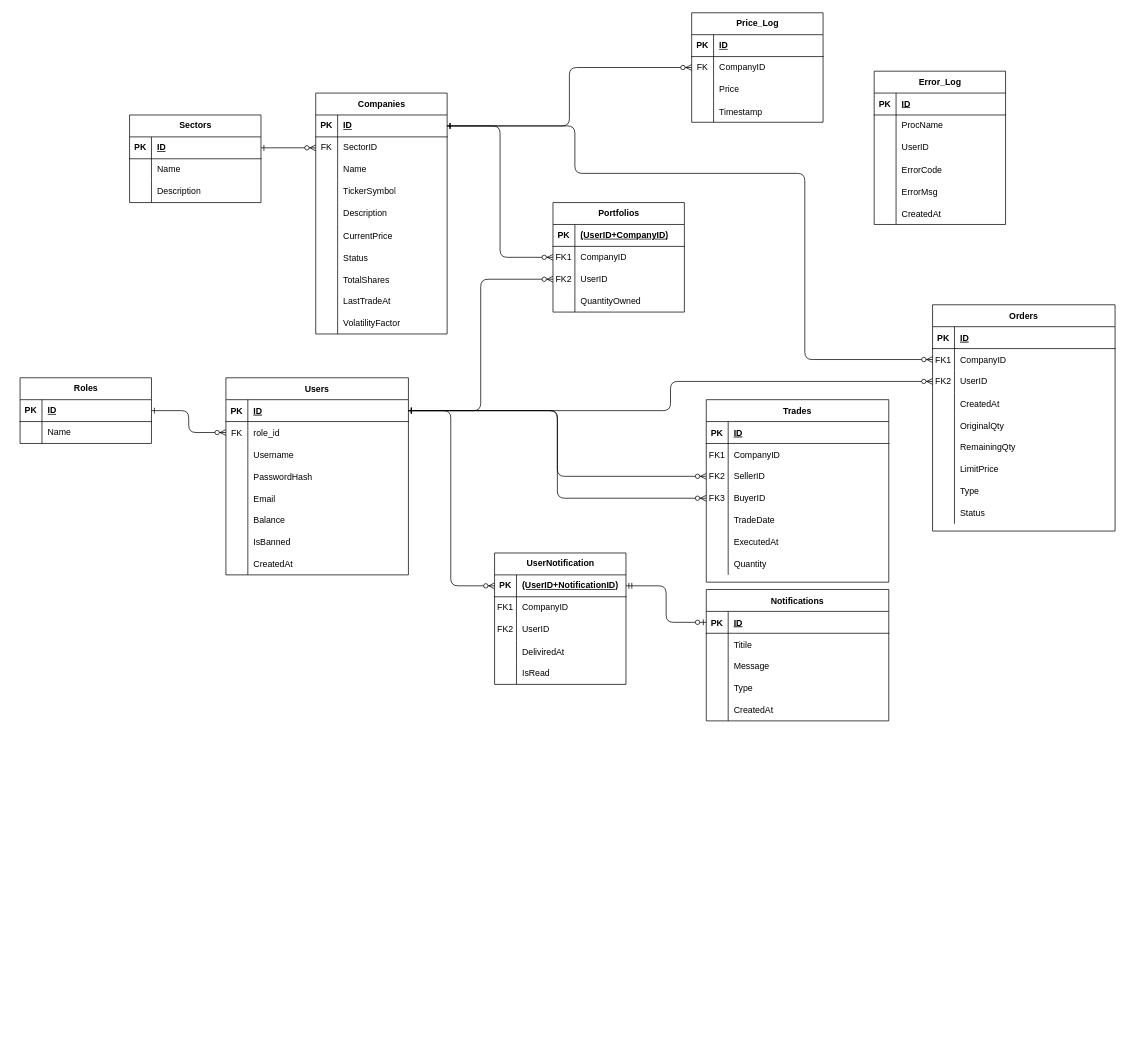
Earlier version of the draw.io diagram Docs/Diagrams/ER-noDividens.drawio (ksayron/StockLab). Source tidied: cells renumbered, new cells numbered last; positions are measured from the earlier drawing's top-left corner, leaving out a move shared by most shapes. Both pictures are drawn from the tidied source at 73%, with x=0, y=0 at pixel (20, 12).
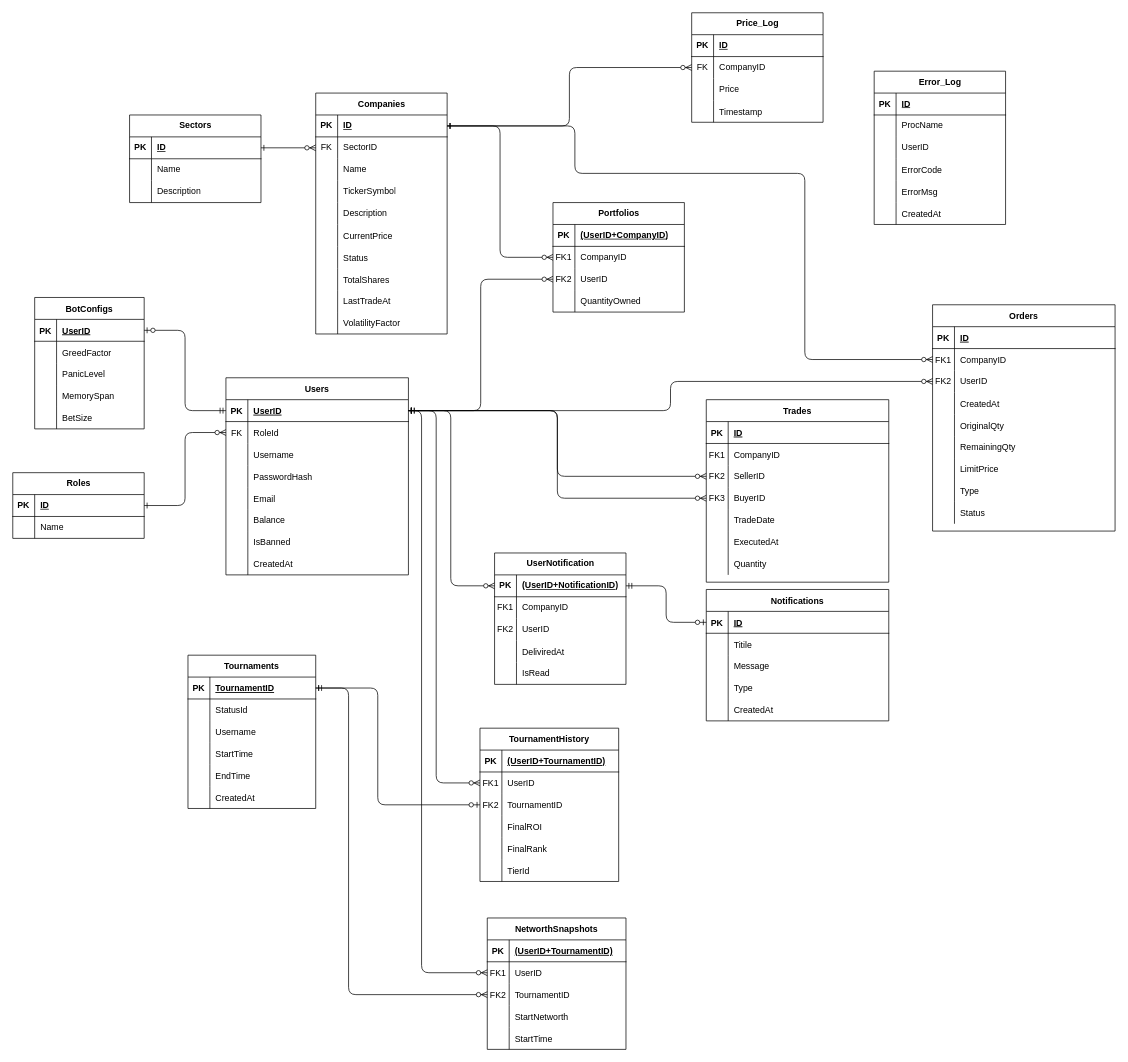
The same page after the edit.

Unchanged cells that the change refers to:
```xml
<mxCell id="54" style="shape=partialRectangle;fillColor=none;points=[[0,0.5],[1,0.5]];portConstraint=eastwest;top=0;left=0;right=0;bottom=1;" parent="53" vertex="1">
  <mxGeometry y="30" width="250" height="30" as="geometry" />
</mxCell>
<mxCell id="57" style="shape=partialRectangle;fillColor=none;points=[[0,0.5],[1,0.5]];portConstraint=eastwest;top=0;left=0;right=0;bottom=0;" parent="53" vertex="1">
  <mxGeometry y="60" width="250" height="30" as="geometry" />
</mxCell>
```

Change to the diagram source:
```diff
@@
-    <mxCell id="56" value="ID" style="shape=partialRectangle;overflow=hidden;fillColor=none;top=0;left=0;bottom=0;right=0;align=left;spacingLeft=6;fontStyle=5;" parent="54" vertex="1">
+    <mxCell id="56" value="UserID" style="shape=partialRectangle;overflow=hidden;fillColor=none;top=0;left=0;bottom=0;right=0;align=left;spacingLeft=6;fontStyle=5;" parent="54" vertex="1">
       <mxGeometry x="30" width="220" height="30" as="geometry" />
     </mxCell>
@@
-    <mxCell id="59" value="role_id " style="shape=partialRectangle;overflow=hidden;fillColor=none;top=0;left=0;bottom=0;right=0;align=left;spacingLeft=6;" parent="57" vertex="1">
+    <mxCell id="59" value="RoleId " style="shape=partialRectangle;overflow=hidden;fillColor=none;top=0;left=0;bottom=0;right=0;align=left;spacingLeft=6;" parent="57" vertex="1">
       <mxGeometry x="30" width="220" height="30" as="geometry" />
     </mxCell>
@@
     <mxCell id="78" value="Roles" style="shape=table;startSize=30;childLayout=tableLayout;rowLines=0;fontStyle=1;align=center;html=1;" parent="1" vertex="1">
-      <mxGeometry y="500" width="180" height="90" as="geometry" />
+      <mxGeometry x="-10" y="630" width="180" height="90" as="geometry" />
     </mxCell>
@@
+    <mxCell id="213" value="Tournaments" style="shape=table;startSize=30;childLayout=tableLayout;rowLines=0;fontStyle=1;align=center;" parent="1" vertex="1">
+      <mxGeometry x="230" y="880" width="175" height="210" as="geometry" />
+    </mxCell>
+    <mxCell id="214" style="shape=partialRectangle;fillColor=none;points=[[0,0.5],[1,0.5]];portConstraint=eastwest;top=0;left=0;right=0;bottom=1;" parent="213" vertex="1">
+      <mxGeometry y="30" width="175" height="30" as="geometry" />
+    </mxCell>
+    <mxCell id="215" value="PK" style="shape=partialRectangle;overflow=hidden;fillColor=none;top=0;left=0;bottom=0;right=0;fontStyle=1;" parent="214" vertex="1">
+      <mxGeometry width="30" height="30" as="geometry" />
+    </mxCell>
+    <mxCell id="216" value="TournamentID" style="shape=partialRectangle;overflow=hidden;fillColor=none;top=0;left=0;bottom=0;right=0;align=left;spacingLeft=6;fontStyle=5;" parent="214" vertex="1">
+      <mxGeometry x="30" width="145" height="30" as="geometry" />
+    </mxCell>
+    <mxCell id="217" style="shape=partialRectangle;fillColor=none;top=0;left=0;right=0;bottom=0;" parent="213" vertex="1">
+      <mxGeometry y="60" width="175" height="30" as="geometry" />
+    </mxCell>
+    <mxCell id="218" style="shape=partialRectangle;overflow=hidden;fillColor=none;top=0;left=0;bottom=0;right=0;" parent="217" vertex="1">
+      <mxGeometry width="30" height="30" as="geometry" />
+    </mxCell>
+    <mxCell id="219" value="StatusId" style="shape=partialRectangle;overflow=hidden;fillColor=none;top=0;left=0;bottom=0;right=0;align=left;spacingLeft=6;" parent="217" vertex="1">
+      <mxGeometry x="30" width="145" height="30" as="geometry" />
+    </mxCell>
+    <mxCell id="220" style="shape=partialRectangle;fillColor=none;top=0;left=0;right=0;bottom=0;" parent="213" vertex="1">
+      <mxGeometry y="90" width="175" height="30" as="geometry" />
+    </mxCell>
+    <mxCell id="221" style="shape=partialRectangle;overflow=hidden;fillColor=none;top=0;left=0;bottom=0;right=0;" parent="220" vertex="1">
+      <mxGeometry width="30" height="30" as="geometry" />
+    </mxCell>
+    <mxCell id="222" value="Username" style="shape=partialRectangle;overflow=hidden;fillColor=none;top=0;left=0;bottom=0;right=0;align=left;spacingLeft=6;" parent="220" vertex="1">
+      <mxGeometry x="30" width="145" height="30" as="geometry" />
+    </mxCell>
+    <mxCell id="223" style="shape=partialRectangle;fillColor=none;top=0;left=0;right=0;bottom=0;" parent="213" vertex="1">
+      <mxGeometry y="120" width="175" height="30" as="geometry" />
+    </mxCell>
+    <mxCell id="224" style="shape=partialRectangle;overflow=hidden;fillColor=none;top=0;left=0;bottom=0;right=0;" parent="223" vertex="1">
+      <mxGeometry width="30" height="30" as="geometry" />
+    </mxCell>
+    <mxCell id="225" value="StartTime" style="shape=partialRectangle;overflow=hidden;fillColor=none;top=0;left=0;bottom=0;right=0;align=left;spacingLeft=6;" parent="223" vertex="1">
+      <mxGeometry x="30" width="145" height="30" as="geometry" />
+    </mxCell>
+    <mxCell id="226" style="shape=partialRectangle;fillColor=none;top=0;left=0;right=0;bottom=0;" parent="213" vertex="1">
+      <mxGeometry y="150" width="175" height="30" as="geometry" />
+    </mxCell>
+    <mxCell id="227" style="shape=partialRectangle;overflow=hidden;fillColor=none;top=0;left=0;bottom=0;right=0;" parent="226" vertex="1">
+      <mxGeometry width="30" height="30" as="geometry" />
+    </mxCell>
+    <mxCell id="228" value="EndTime" style="shape=partialRectangle;overflow=hidden;fillColor=none;top=0;left=0;bottom=0;right=0;align=left;spacingLeft=6;" parent="226" vertex="1">
+      <mxGeometry x="30" width="145" height="30" as="geometry" />
+    </mxCell>
+    <mxCell id="229" style="shape=partialRectangle;fillColor=none;top=0;left=0;right=0;bottom=0;" parent="213" vertex="1">
+      <mxGeometry y="180" width="175" height="30" as="geometry" />
+    </mxCell>
+    <mxCell id="230" style="shape=partialRectangle;overflow=hidden;fillColor=none;top=0;left=0;bottom=0;right=0;" parent="229" vertex="1">
+      <mxGeometry width="30" height="30" as="geometry" />
+    </mxCell>
+    <mxCell id="231" value="CreatedAt" style="shape=partialRectangle;overflow=hidden;fillColor=none;top=0;left=0;bottom=0;right=0;align=left;spacingLeft=6;" parent="229" vertex="1">
+      <mxGeometry x="30" width="145" height="30" as="geometry" />
+    </mxCell>
+    <mxCell id="232" value="NetworthSnapshots" style="shape=table;startSize=30;childLayout=tableLayout;rowLines=0;fontStyle=1;align=center;" parent="1" vertex="1">
+      <mxGeometry x="640" y="1240" width="190" height="180" as="geometry" />
+    </mxCell>
+    <mxCell id="233" style="shape=partialRectangle;fillColor=none;top=0;left=0;right=0;bottom=1;" parent="232" vertex="1">
+      <mxGeometry y="30" width="190" height="30" as="geometry" />
+    </mxCell>
+    <mxCell id="234" value="PK" style="shape=partialRectangle;overflow=hidden;fillColor=none;top=0;left=0;bottom=0;right=0;fontStyle=1;" parent="233" vertex="1">
+      <mxGeometry width="30" height="30" as="geometry" />
+    </mxCell>
+    <mxCell id="235" value="(UserID+TournamentID)" style="shape=partialRectangle;overflow=hidden;fillColor=none;top=0;left=0;bottom=0;right=0;align=left;spacingLeft=6;fontStyle=5;" parent="233" vertex="1">
+      <mxGeometry x="30" width="160" height="30" as="geometry" />
+    </mxCell>
+    <mxCell id="236" style="shape=partialRectangle;fillColor=none;points=[[0,0.5],[1,0.5]];portConstraint=eastwest;top=0;left=0;right=0;bottom=0;" parent="232" vertex="1">
+      <mxGeometry y="60" width="190" height="30" as="geometry" />
+    </mxCell>
+    <mxCell id="237" value="FK1" style="shape=partialRectangle;overflow=hidden;fillColor=none;top=0;left=0;bottom=0;right=0;" parent="236" vertex="1">
+      <mxGeometry width="30" height="30" as="geometry" />
+    </mxCell>
+    <mxCell id="238" value="UserID" style="shape=partialRectangle;overflow=hidden;fillColor=none;top=0;left=0;bottom=0;right=0;align=left;spacingLeft=6;" parent="236" vertex="1">
+      <mxGeometry x="30" width="160" height="30" as="geometry" />
+    </mxCell>
+    <mxCell id="239" style="shape=partialRectangle;fillColor=none;points=[[0,0.5],[1,0.5]];portConstraint=eastwest;top=0;left=0;right=0;bottom=0;" parent="232" vertex="1">
+      <mxGeometry y="90" width="190" height="30" as="geometry" />
+    </mxCell>
+    <mxCell id="240" value="FK2" style="shape=partialRectangle;overflow=hidden;fillColor=none;top=0;left=0;bottom=0;right=0;" parent="239" vertex="1">
+      <mxGeometry width="30" height="30" as="geometry" />
+    </mxCell>
+    <mxCell id="241" value="TournamentID" style="shape=partialRectangle;overflow=hidden;fillColor=none;top=0;left=0;bottom=0;right=0;align=left;spacingLeft=6;" parent="239" vertex="1">
+      <mxGeometry x="30" width="160" height="30" as="geometry" />
+    </mxCell>
+    <mxCell id="242" style="shape=partialRectangle;fillColor=none;top=0;left=0;right=0;bottom=0;" parent="232" vertex="1">
+      <mxGeometry y="120" width="190" height="30" as="geometry" />
+    </mxCell>
+    <mxCell id="243" style="shape=partialRectangle;overflow=hidden;fillColor=none;top=0;left=0;bottom=0;right=0;" parent="242" vertex="1">
+      <mxGeometry width="30" height="30" as="geometry" />
+    </mxCell>
+    <mxCell id="244" value="StartNetworth" style="shape=partialRectangle;overflow=hidden;fillColor=none;top=0;left=0;bottom=0;right=0;align=left;spacingLeft=6;" parent="242" vertex="1">
+      <mxGeometry x="30" width="160" height="30" as="geometry" />
+    </mxCell>
+    <mxCell id="245" style="shape=partialRectangle;fillColor=none;top=0;left=0;right=0;bottom=0;" parent="232" vertex="1">
+      <mxGeometry y="150" width="190" height="30" as="geometry" />
+    </mxCell>
+    <mxCell id="246" style="shape=partialRectangle;overflow=hidden;fillColor=none;top=0;left=0;bottom=0;right=0;" parent="245" vertex="1">
+      <mxGeometry width="30" height="30" as="geometry" />
+    </mxCell>
+    <mxCell id="247" value="StartTime" style="shape=partialRectangle;overflow=hidden;fillColor=none;top=0;left=0;bottom=0;right=0;align=left;spacingLeft=6;" parent="245" vertex="1">
+      <mxGeometry x="30" width="160" height="30" as="geometry" />
+    </mxCell>
+    <mxCell id="248" value="TournamentHistory" style="shape=table;startSize=30;childLayout=tableLayout;rowLines=0;fontStyle=1;align=center;" parent="1" vertex="1">
+      <mxGeometry x="630" y="980" width="190" height="210" as="geometry" />
+    </mxCell>
+    <mxCell id="249" style="shape=partialRectangle;fillColor=none;top=0;left=0;right=0;bottom=1;" parent="248" vertex="1">
+      <mxGeometry y="30" width="190" height="30" as="geometry" />
+    </mxCell>
+    <mxCell id="250" value="PK" style="shape=partialRectangle;overflow=hidden;fillColor=none;top=0;left=0;bottom=0;right=0;fontStyle=1;" parent="249" vertex="1">
+      <mxGeometry width="30" height="30" as="geometry" />
+    </mxCell>
+    <mxCell id="251" value="(UserID+TournamentID)" style="shape=partialRectangle;overflow=hidden;fillColor=none;top=0;left=0;bottom=0;right=0;align=left;spacingLeft=6;fontStyle=5;" parent="249" vertex="1">
+      <mxGeometry x="30" width="160" height="30" as="geometry" />
+    </mxCell>
+    <mxCell id="252" style="shape=partialRectangle;fillColor=none;points=[[0,0.5],[1,0.5]];portConstraint=eastwest;top=0;left=0;right=0;bottom=0;" parent="248" vertex="1">
+      <mxGeometry y="60" width="190" height="30" as="geometry" />
+    </mxCell>
+    <mxCell id="253" value="FK1" style="shape=partialRectangle;overflow=hidden;fillColor=none;top=0;left=0;bottom=0;right=0;" parent="252" vertex="1">
+      <mxGeometry width="30" height="30" as="geometry" />
+    </mxCell>
+    <mxCell id="254" value="UserID" style="shape=partialRectangle;overflow=hidden;fillColor=none;top=0;left=0;bottom=0;right=0;align=left;spacingLeft=6;" parent="252" vertex="1">
+      <mxGeometry x="30" width="160" height="30" as="geometry" />
+    </mxCell>
+    <mxCell id="255" style="shape=partialRectangle;fillColor=none;points=[[0,0.5],[1,0.5]];portConstraint=eastwest;top=0;left=0;right=0;bottom=0;" parent="248" vertex="1">
+      <mxGeometry y="90" width="190" height="30" as="geometry" />
+    </mxCell>
+    <mxCell id="256" value="FK2" style="shape=partialRectangle;overflow=hidden;fillColor=none;top=0;left=0;bottom=0;right=0;" parent="255" vertex="1">
+      <mxGeometry width="30" height="30" as="geometry" />
+    </mxCell>
+    <mxCell id="257" value="TournamentID" style="shape=partialRectangle;overflow=hidden;fillColor=none;top=0;left=0;bottom=0;right=0;align=left;spacingLeft=6;" parent="255" vertex="1">
+      <mxGeometry x="30" width="160" height="30" as="geometry" />
+    </mxCell>
+    <mxCell id="258" style="shape=partialRectangle;fillColor=none;top=0;left=0;right=0;bottom=0;" parent="248" vertex="1">
+      <mxGeometry y="120" width="190" height="30" as="geometry" />
+    </mxCell>
+    <mxCell id="259" style="shape=partialRectangle;overflow=hidden;fillColor=none;top=0;left=0;bottom=0;right=0;" parent="258" vertex="1">
+      <mxGeometry width="30" height="30" as="geometry" />
+    </mxCell>
+    <mxCell id="260" value="FinalROI" style="shape=partialRectangle;overflow=hidden;fillColor=none;top=0;left=0;bottom=0;right=0;align=left;spacingLeft=6;" parent="258" vertex="1">
+      <mxGeometry x="30" width="160" height="30" as="geometry" />
+    </mxCell>
+    <mxCell id="261" style="shape=partialRectangle;fillColor=none;top=0;left=0;right=0;bottom=0;" parent="248" vertex="1">
+      <mxGeometry y="150" width="190" height="30" as="geometry" />
+    </mxCell>
+    <mxCell id="262" style="shape=partialRectangle;overflow=hidden;fillColor=none;top=0;left=0;bottom=0;right=0;" parent="261" vertex="1">
+      <mxGeometry width="30" height="30" as="geometry" />
+    </mxCell>
+    <mxCell id="263" value="FinalRank" style="shape=partialRectangle;overflow=hidden;fillColor=none;top=0;left=0;bottom=0;right=0;align=left;spacingLeft=6;" parent="261" vertex="1">
+      <mxGeometry x="30" width="160" height="30" as="geometry" />
+    </mxCell>
+    <mxCell id="264" style="shape=tableRow;horizontal=0;startSize=0;swimlaneHead=0;swimlaneBody=0;fillColor=none;top=0;left=0;right=0;bottom=0;" parent="248" vertex="1">
+      <mxGeometry y="180" width="190" height="30" as="geometry" />
+    </mxCell>
+    <mxCell id="265" style="shape=partialRectangle;fillColor=none;top=0;left=0;bottom=0;right=0;overflow=hidden;" parent="264" vertex="1">
+      <mxGeometry width="30" height="30" as="geometry" />
+    </mxCell>
+    <mxCell id="266" value="TierId" style="shape=partialRectangle;fillColor=none;top=0;left=0;bottom=0;right=0;align=left;spacingLeft=6;overflow=hidden;" parent="264" vertex="1">
+      <mxGeometry x="30" width="160" height="30" as="geometry" />
+    </mxCell>
+    <mxCell id="267" style="edgeStyle=orthogonalEdgeStyle;endArrow=ERzeroToMany;startArrow=ERone;endFill=1;startFill=0;entryX=0;entryY=0.5;entryDx=0;entryDy=0;exitX=1;exitY=0.5;exitDx=0;exitDy=0;" parent="1" edge="1" source="214" target="239">
+      <mxGeometry relative="1" as="geometry">
+        <Array as="points">
+          <mxPoint x="450" y="925" />
+          <mxPoint x="450" y="1345" />
+        </Array>
+      </mxGeometry>
+    </mxCell>
+    <mxCell id="268" style="edgeStyle=orthogonalEdgeStyle;fontSize=12;html=1;endArrow=ERzeroToMany;startArrow=ERmandOne;rounded=1;exitX=1;exitY=0.5;exitDx=0;exitDy=0;entryX=0;entryY=0.5;entryDx=0;entryDy=0;" parent="1" edge="1" source="54" target="252">
+      <mxGeometry relative="1" as="geometry">
+        <Array as="points">
+          <mxPoint x="570" y="545" />
+          <mxPoint x="570" y="1055" />
+        </Array>
+      </mxGeometry>
+    </mxCell>
+    <mxCell id="269" style="edgeStyle=orthogonalEdgeStyle;fontSize=12;html=1;endArrow=ERzeroToMany;startArrow=ERmandOne;rounded=1;exitX=1;exitY=0.5;exitDx=0;exitDy=0;entryX=0;entryY=0.5;entryDx=0;entryDy=0;curved=0;" parent="1" edge="1" source="54" target="236">
+      <mxGeometry relative="1" as="geometry">
+        <Array as="points">
+          <mxPoint x="550" y="545" />
+          <mxPoint x="550" y="1315" />
+        </Array>
+      </mxGeometry>
+    </mxCell>
+    <mxCell id="270" style="edgeStyle=orthogonalEdgeStyle;fontSize=12;html=1;endArrow=ERzeroToOne;startArrow=ERmandOne;rounded=1;exitX=1;exitY=0.5;exitDx=0;exitDy=0;entryX=0;entryY=0.5;entryDx=0;entryDy=0;" parent="1" edge="1" source="214" target="255">
+      <mxGeometry relative="1" as="geometry">
+        <Array as="points">
+          <mxPoint x="490" y="925" />
+          <mxPoint x="490" y="1085" />
+        </Array>
+      </mxGeometry>
+    </mxCell>
+    <mxCell id="271" value="BotConfigs" style="shape=table;startSize=30;childLayout=tableLayout;rowLines=0;fontStyle=1;align=center;" parent="1" vertex="1">
+      <mxGeometry x="20" y="390" width="150" height="180" as="geometry" />
+    </mxCell>
+    <mxCell id="272" style="shape=partialRectangle;fillColor=none;points=[[0,0.5],[1,0.5]];portConstraint=eastwest;top=0;left=0;right=0;bottom=1;" parent="271" vertex="1">
+      <mxGeometry y="30" width="150" height="30" as="geometry" />
+    </mxCell>
+    <mxCell id="273" value="PK" style="shape=partialRectangle;overflow=hidden;fillColor=none;top=0;left=0;bottom=0;right=0;fontStyle=1;" parent="272" vertex="1">
+      <mxGeometry width="30" height="30" as="geometry" />
+    </mxCell>
+    <mxCell id="274" value="UserID" style="shape=partialRectangle;overflow=hidden;fillColor=none;top=0;left=0;bottom=0;right=0;align=left;spacingLeft=6;fontStyle=5;" parent="272" vertex="1">
+      <mxGeometry x="30" width="120" height="30" as="geometry" />
+    </mxCell>
+    <mxCell id="275" style="shape=partialRectangle;fillColor=none;top=0;left=0;right=0;bottom=0;" parent="271" vertex="1">
+      <mxGeometry y="60" width="150" height="30" as="geometry" />
+    </mxCell>
+    <mxCell id="276" style="shape=partialRectangle;overflow=hidden;fillColor=none;top=0;left=0;bottom=0;right=0;" parent="275" vertex="1">
+      <mxGeometry width="30" height="30" as="geometry" />
+    </mxCell>
+    <mxCell id="277" value="GreedFactor" style="shape=partialRectangle;overflow=hidden;fillColor=none;top=0;left=0;bottom=0;right=0;align=left;spacingLeft=6;" parent="275" vertex="1">
+      <mxGeometry x="30" width="120" height="30" as="geometry" />
+    </mxCell>
+    <mxCell id="278" style="shape=partialRectangle;fillColor=none;top=0;left=0;right=0;bottom=0;" parent="271" vertex="1">
+      <mxGeometry y="90" width="150" height="30" as="geometry" />
+    </mxCell>
+    <mxCell id="279" style="shape=partialRectangle;overflow=hidden;fillColor=none;top=0;left=0;bottom=0;right=0;" parent="278" vertex="1">
+      <mxGeometry width="30" height="30" as="geometry" />
+    </mxCell>
+    <mxCell id="280" value="PanicLevel" style="shape=partialRectangle;overflow=hidden;fillColor=none;top=0;left=0;bottom=0;right=0;align=left;spacingLeft=6;" parent="278" vertex="1">
+      <mxGeometry x="30" width="120" height="30" as="geometry" />
+    </mxCell>
+    <mxCell id="281" style="shape=partialRectangle;fillColor=none;top=0;left=0;right=0;bottom=0;" parent="271" vertex="1">
+      <mxGeometry y="120" width="150" height="30" as="geometry" />
+    </mxCell>
+    <mxCell id="282" style="shape=partialRectangle;overflow=hidden;fillColor=none;top=0;left=0;bottom=0;right=0;" parent="281" vertex="1">
+      <mxGeometry width="30" height="30" as="geometry" />
+    </mxCell>
+    <mxCell id="283" value="MemorySpan" style="shape=partialRectangle;overflow=hidden;fillColor=none;top=0;left=0;bottom=0;right=0;align=left;spacingLeft=6;" parent="281" vertex="1">
+      <mxGeometry x="30" width="120" height="30" as="geometry" />
+    </mxCell>
+    <mxCell id="284" style="shape=partialRectangle;fillColor=none;top=0;left=0;right=0;bottom=0;" parent="271" vertex="1">
+      <mxGeometry y="150" width="150" height="30" as="geometry" />
+    </mxCell>
+    <mxCell id="285" style="shape=partialRectangle;overflow=hidden;fillColor=none;top=0;left=0;bottom=0;right=0;" parent="284" vertex="1">
+      <mxGeometry width="30" height="30" as="geometry" />
+    </mxCell>
+    <mxCell id="286" value="BetSize" style="shape=partialRectangle;overflow=hidden;fillColor=none;top=0;left=0;bottom=0;right=0;align=left;spacingLeft=6;" parent="284" vertex="1">
+      <mxGeometry x="30" width="120" height="30" as="geometry" />
+    </mxCell>
+    <mxCell id="287" style="edgeStyle=orthogonalEdgeStyle;fontSize=12;html=1;endArrow=ERzeroToOne;startArrow=ERmandOne;rounded=1;entryX=1;entryY=0.5;entryDx=0;entryDy=0;exitX=0;exitY=0.5;exitDx=0;exitDy=0;" parent="1" edge="1" source="54" target="272">
+      <mxGeometry relative="1" as="geometry" />
+    </mxCell>
```
